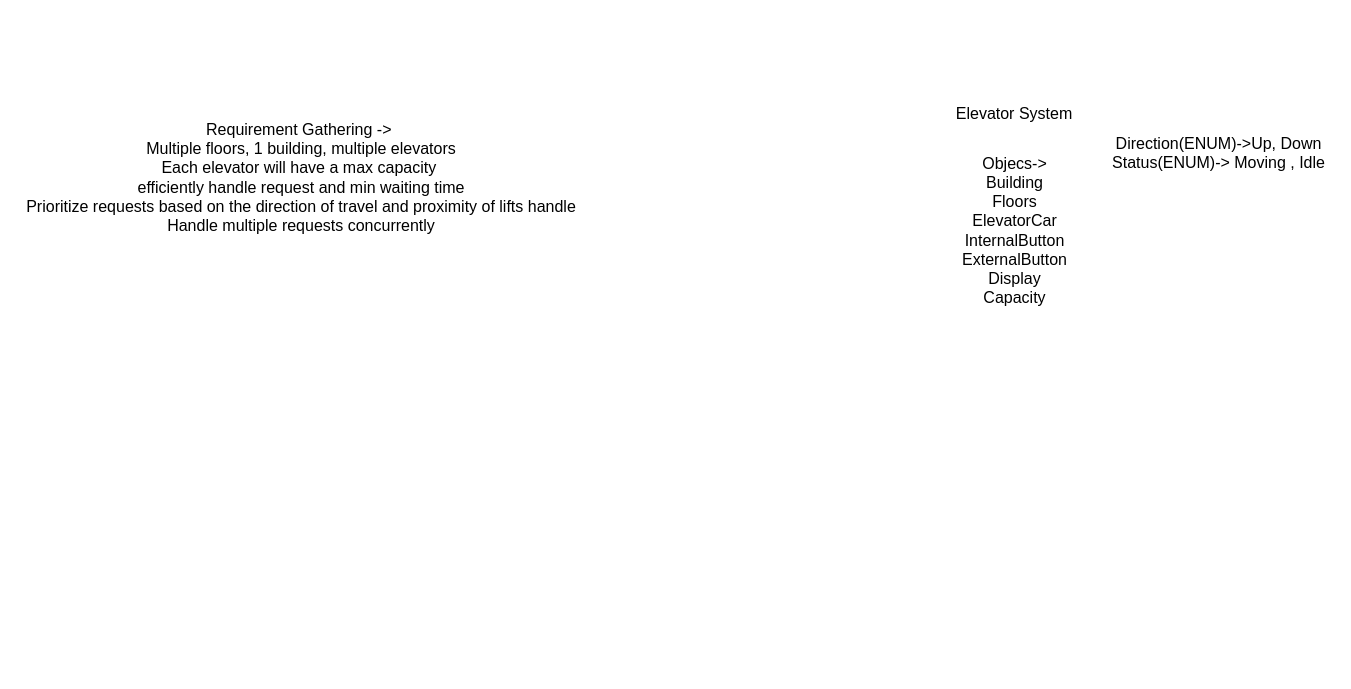
Before: page "Page-3" (3 of 4) of Design Patterns.drawio in shuva-shree/design-uml, a draw.io diagram. Source tidied: cells renumbered, new cells numbered last; positions are measured from the earlier drawing's top-left corner, leaving out a move shared by most shapes. Both pictures are drawn from the tidied source at 100%, with x=0, y=0 at pixel (17, 84).
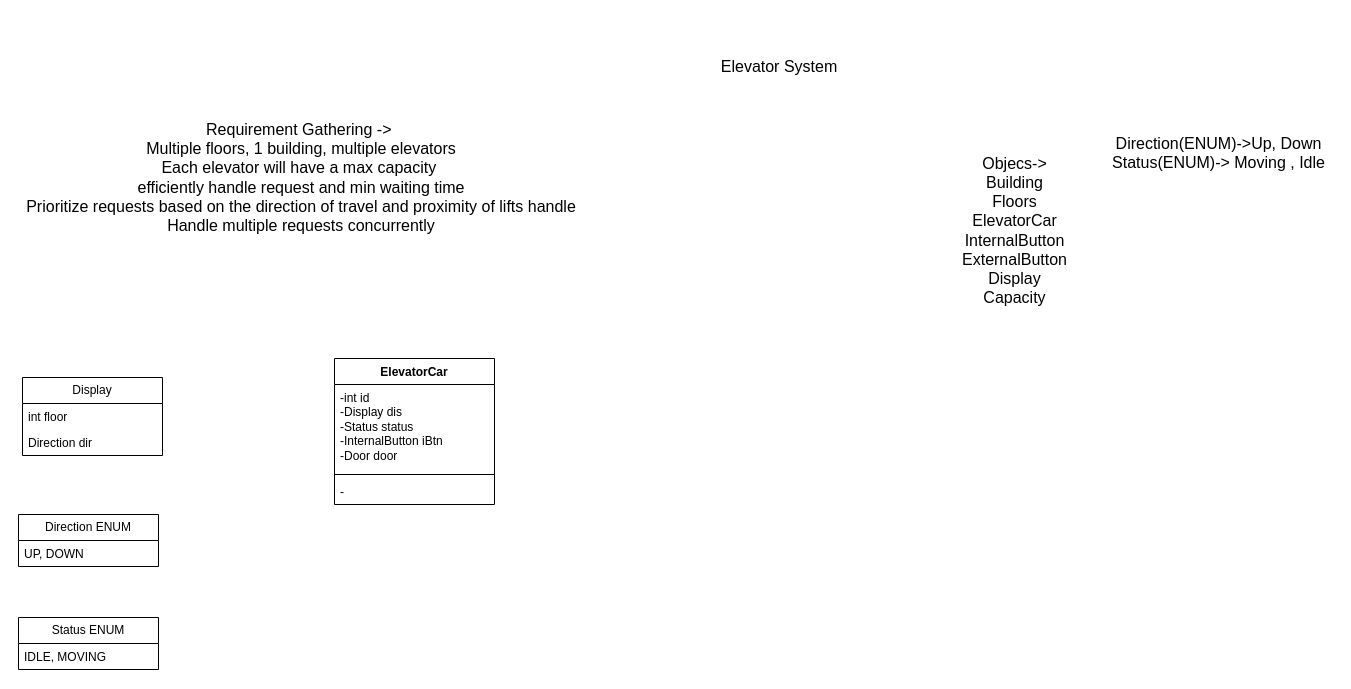
Above is the later version.

The edit, as a diff of the source:
```diff
@@
 <mxGraphModel>
   <root>
     <mxCell id="0" />
     <mxCell id="1" parent="0" />
     <mxCell id="2" value="Elevator System" style="text;html=1;whiteSpace=wrap;strokeColor=none;fillColor=none;align=center;verticalAlign=middle;rounded=0;fontSize=16;" parent="1" vertex="1">
-      <mxGeometry x="911" width="172" height="57" as="geometry" />
+      <mxGeometry x="604" y="-67" width="316" height="98" as="geometry" />
     </mxCell>
     <mxCell id="3" value="Requirement Gathering -&amp;gt;&amp;nbsp;&lt;div&gt;Multiple floors, 1 building, multiple elevators&lt;br&gt;Each elevator will have a max capacity&amp;nbsp;&lt;br&gt;efficiently handle request and min waiting time&lt;div&gt;&lt;span style=&quot;background-color: transparent; color: light-dark(rgb(0, 0, 0), rgb(255, 255, 255));&quot;&gt;Prioritize requests based on the direction of travel and proximity of lifts handle&lt;/span&gt;&lt;/div&gt;&lt;/div&gt;&lt;div&gt;&lt;span style=&quot;background-color: transparent; color: light-dark(rgb(0, 0, 0), rgb(255, 255, 255));&quot;&gt;Handle multiple requests concurrently&lt;/span&gt;&lt;/div&gt;" style="text;html=1;whiteSpace=wrap;strokeColor=none;fillColor=none;align=center;verticalAlign=middle;rounded=0;fontSize=16;" parent="1" vertex="1">
       <mxGeometry y="29" width="568" height="127" as="geometry" />
     </mxCell>
     <mxCell id="4" value="Objecs-&amp;gt;&lt;div&gt;Building&lt;br&gt;Floors&lt;/div&gt;&lt;div&gt;ElevatorCar&lt;/div&gt;&lt;div&gt;InternalButton&lt;/div&gt;&lt;div&gt;ExternalButton&lt;/div&gt;&lt;div&gt;Display&lt;/div&gt;&lt;div&gt;Capacity&lt;/div&gt;" style="text;html=1;whiteSpace=wrap;strokeColor=none;fillColor=none;align=center;verticalAlign=middle;rounded=0;fontSize=16;" parent="1" vertex="1">
       <mxGeometry x="935.5" y="63" width="123" height="166" as="geometry" />
     </mxCell>
     <mxCell id="5" value="Direction(ENUM)-&amp;gt;Up, Down&lt;br&gt;Status(ENUM)-&amp;gt; Moving , Idle&lt;br&gt;&lt;br&gt;&lt;div&gt;&lt;br&gt;&lt;/div&gt;" style="text;html=1;whiteSpace=wrap;strokeColor=none;fillColor=none;align=center;verticalAlign=middle;rounded=0;fontSize=16;" parent="1" vertex="1">
       <mxGeometry x="1086" y="43" width="231" height="89" as="geometry" />
     </mxCell>
+    <mxCell id="6" value="Display" style="swimlane;fontStyle=0;horizontal=1;startSize=26;fillColor=none;whiteSpace=wrap;html=1;" parent="1" vertex="1">
+      <mxGeometry x="5" y="293" width="140" height="78" as="geometry" />
+    </mxCell>
+    <mxCell id="7" value="int floor" style="text;strokeColor=none;fillColor=none;align=left;verticalAlign=top;spacingLeft=4;spacingRight=4;overflow=hidden;whiteSpace=wrap;html=1;" parent="6" vertex="1">
+      <mxGeometry y="26" width="140" height="26" as="geometry" />
+    </mxCell>
+    <mxCell id="8" value="Direction dir" style="text;strokeColor=none;fillColor=none;align=left;verticalAlign=top;spacingLeft=4;spacingRight=4;overflow=hidden;whiteSpace=wrap;html=1;" parent="6" vertex="1">
+      <mxGeometry y="52" width="140" height="26" as="geometry" />
+    </mxCell>
+    <mxCell id="9" value="Direction ENUM" style="swimlane;fontStyle=0;horizontal=1;startSize=26;fillColor=none;whiteSpace=wrap;html=1;" parent="1" vertex="1">
+      <mxGeometry x="1" y="430" width="140" height="52" as="geometry" />
+    </mxCell>
+    <mxCell id="10" value="UP, DOWN" style="text;strokeColor=none;fillColor=none;align=left;verticalAlign=top;spacingLeft=4;spacingRight=4;overflow=hidden;whiteSpace=wrap;html=1;" parent="9" vertex="1">
+      <mxGeometry y="26" width="140" height="26" as="geometry" />
+    </mxCell>
+    <mxCell id="11" value="Status ENUM" style="swimlane;fontStyle=0;horizontal=1;startSize=26;fillColor=none;whiteSpace=wrap;html=1;" parent="1" vertex="1">
+      <mxGeometry x="1" y="533" width="140" height="52" as="geometry" />
+    </mxCell>
+    <mxCell id="12" value="IDLE, MOVING" style="text;strokeColor=none;fillColor=none;align=left;verticalAlign=top;spacingLeft=4;spacingRight=4;overflow=hidden;whiteSpace=wrap;html=1;" parent="11" vertex="1">
+      <mxGeometry y="26" width="140" height="26" as="geometry" />
+    </mxCell>
+    <mxCell id="13" value="ElevatorCar" style="swimlane;fontStyle=1;align=center;verticalAlign=top;horizontal=1;startSize=26;whiteSpace=wrap;html=1;" parent="1" vertex="1">
+      <mxGeometry x="317" y="274" width="160" height="146" as="geometry" />
+    </mxCell>
+    <mxCell id="14" value="-int id&lt;div&gt;-Display dis&lt;/div&gt;&lt;div&gt;-Status status&lt;/div&gt;&lt;div&gt;-InternalButton iBtn&lt;/div&gt;&lt;div&gt;-Door door&lt;/div&gt;" style="text;strokeColor=none;fillColor=none;align=left;verticalAlign=top;spacingLeft=4;spacingRight=4;overflow=hidden;whiteSpace=wrap;html=1;" parent="13" vertex="1">
+      <mxGeometry y="26" width="160" height="86" as="geometry" />
+    </mxCell>
+    <mxCell id="15" style="line;strokeWidth=1;fillColor=none;align=left;verticalAlign=middle;spacingTop=-1;spacingLeft=3;spacingRight=3;labelPosition=right;strokeColor=inherit;" parent="13" vertex="1">
+      <mxGeometry y="112" width="160" height="8" as="geometry" />
+    </mxCell>
+    <mxCell id="16" value="-" style="text;strokeColor=none;fillColor=none;align=left;verticalAlign=top;spacingLeft=4;spacingRight=4;overflow=hidden;whiteSpace=wrap;html=1;" parent="13" vertex="1">
+      <mxGeometry y="120" width="160" height="26" as="geometry" />
+    </mxCell>
   </root>
 </mxGraphModel>
```
